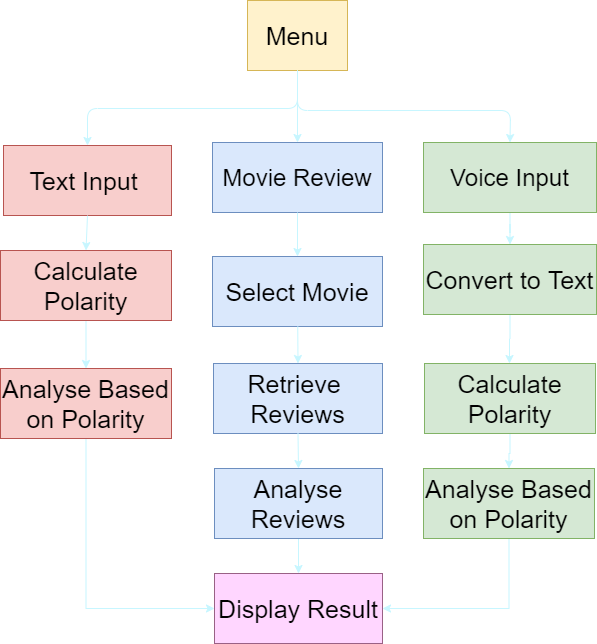
Before: sentiment_analysis/src/Images/flowDiagram.png, a diagram exported from draw.io (krshnknsr21/Sentiment-Analysis). Source tidied: cells renumbered, new cells last; positions are measured from the earlier drawing's top-left corner, leaving out a move shared by most shapes.
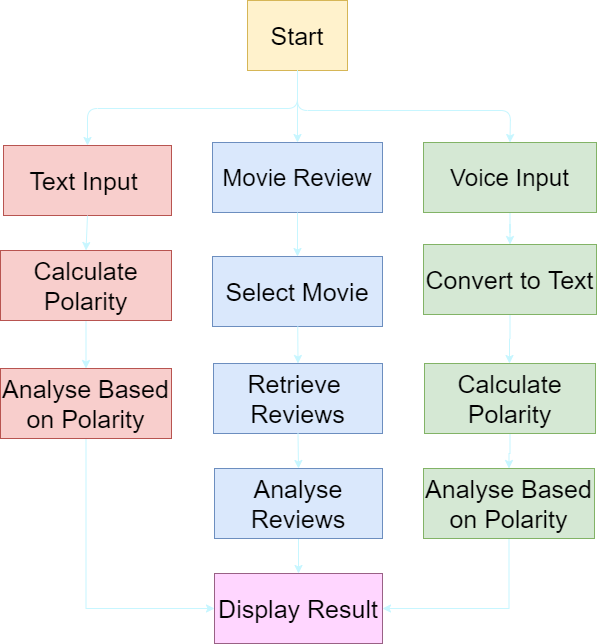
The same file after the commit.

Commit message:
flow diagram changed

What changed in the source:
```diff
@@ -2,7 +2,7 @@
   <root>
     <mxCell id="0" />
     <mxCell id="1" parent="0" />
-    <mxCell id="2" value="&lt;font style=&quot;font-size: 25px&quot;&gt;Menu&lt;/font&gt;" style="text;html=1;strokeColor=#d6b656;fillColor=#fff2cc;align=center;verticalAlign=middle;whiteSpace=wrap;rounded=0;" parent="1" vertex="1">
+    <mxCell id="2" value="&lt;span style=&quot;font-size: 25px&quot;&gt;Start&lt;/span&gt;" style="text;html=1;strokeColor=#d6b656;fillColor=#fff2cc;align=center;verticalAlign=middle;whiteSpace=wrap;rounded=0;" parent="1" vertex="1">
       <mxGeometry x="247" width="100" height="70" as="geometry" />
     </mxCell>
     <mxCell id="3" value="&lt;span style=&quot;font-size: 24px&quot;&gt;Movie Review&lt;/span&gt;" style="text;html=1;strokeColor=#6c8ebf;fillColor=#dae8fc;align=center;verticalAlign=middle;whiteSpace=wrap;rounded=0;" parent="1" vertex="1">
```
